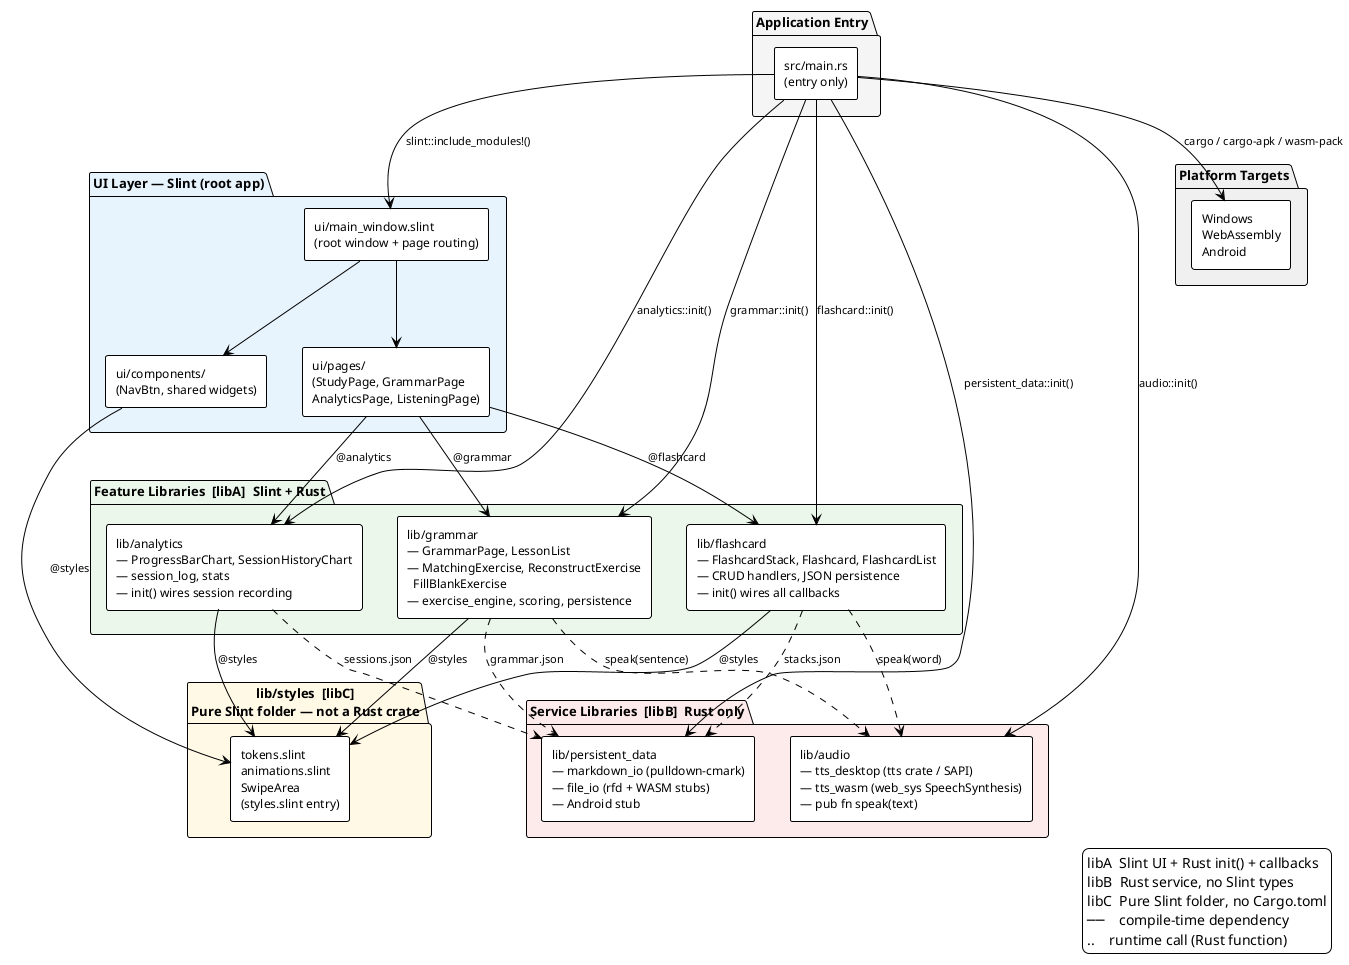
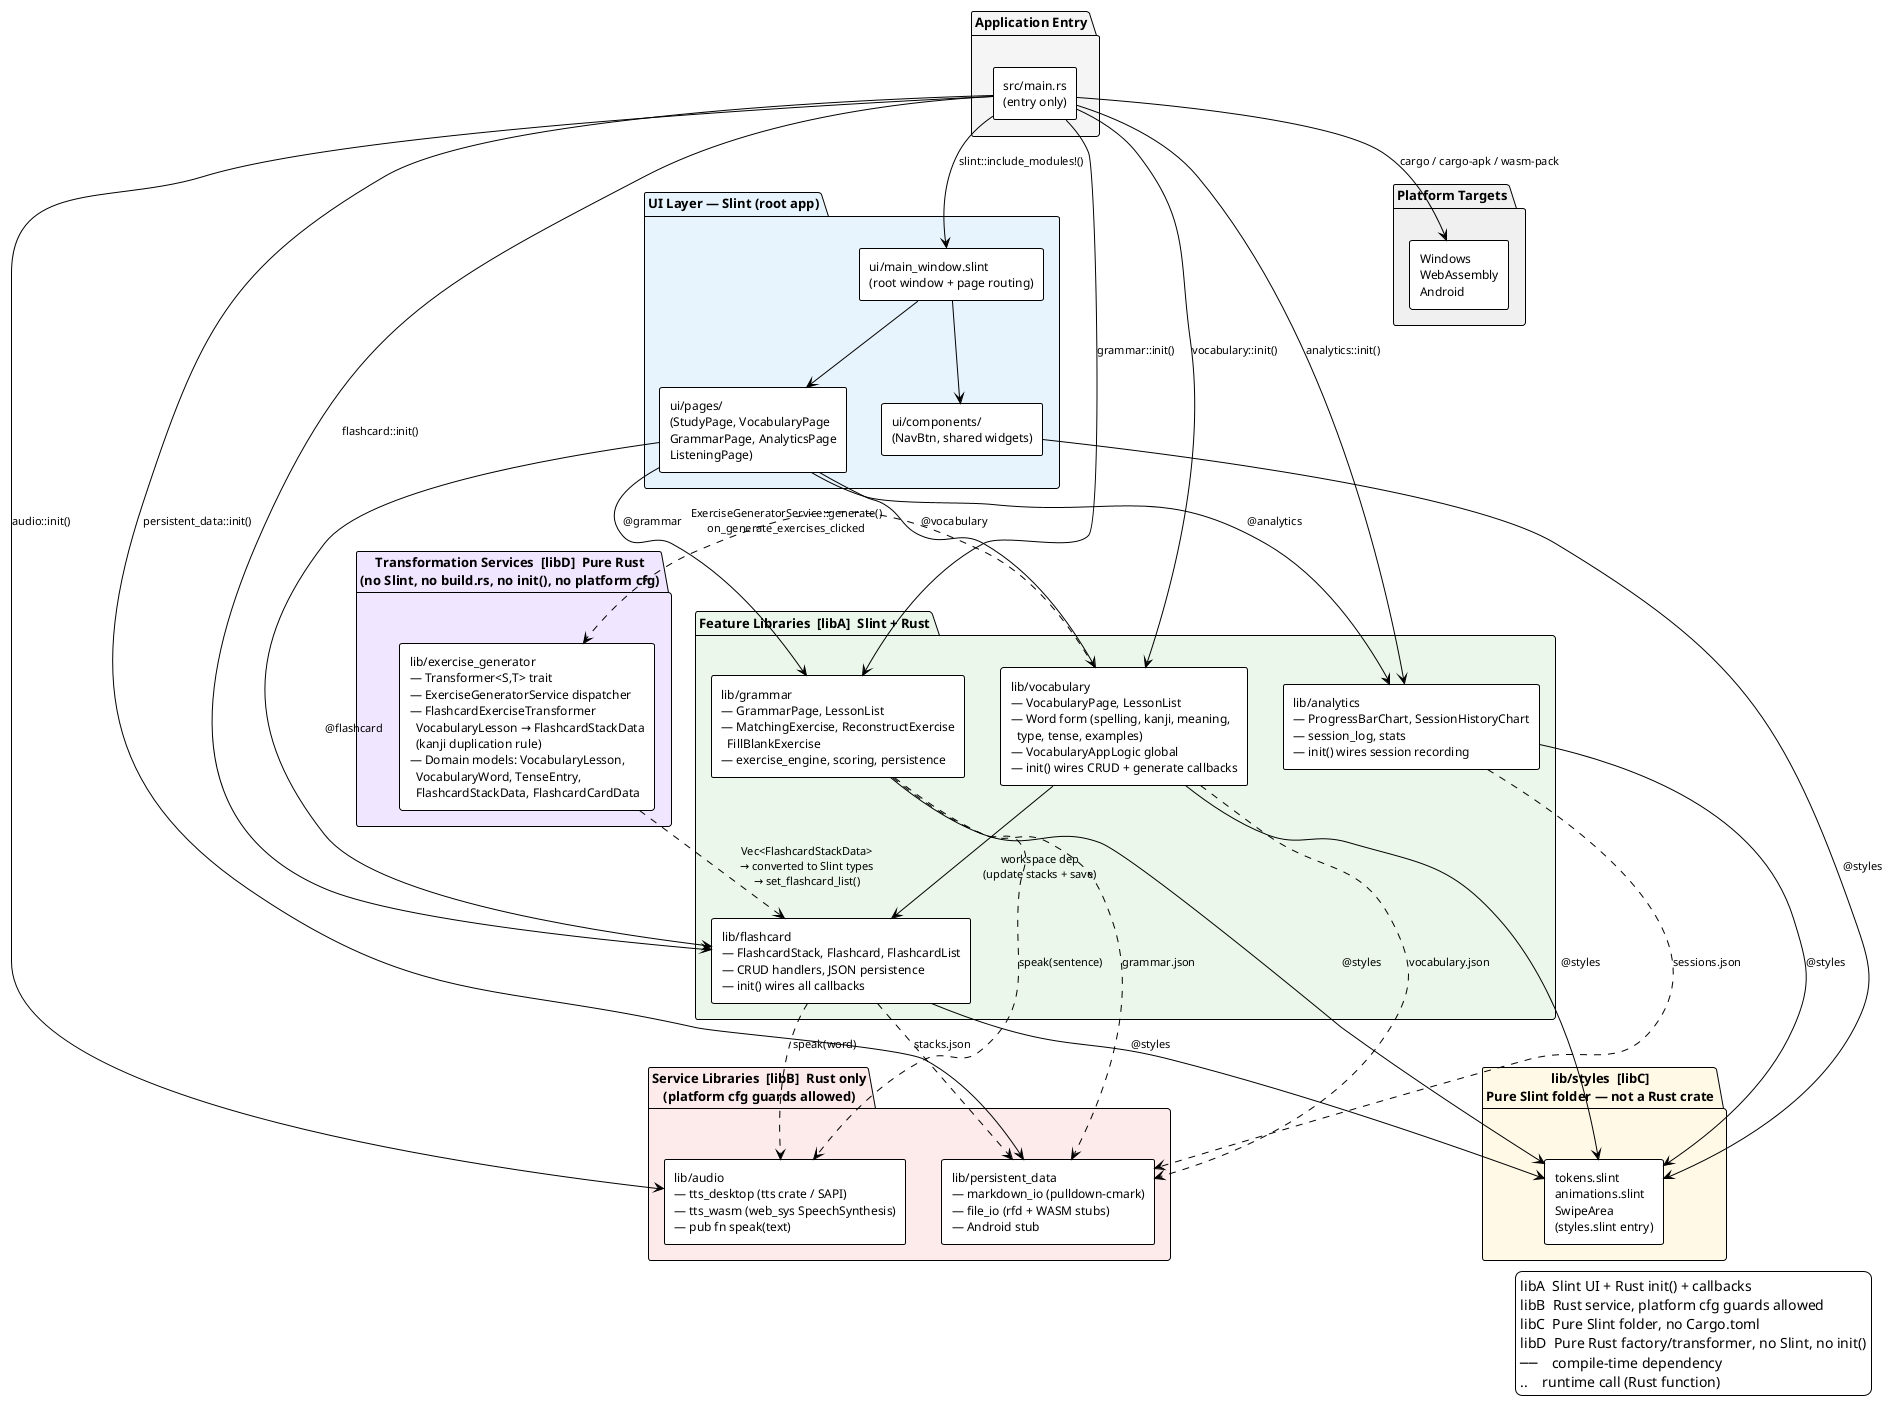
@startuml Japanese Learn — Architecture Overview
!theme plain
skinparam componentStyle rectangle
skinparam defaultFontSize 12
skinparam packageFontSize 13
skinparam arrowFontSize 11

' ─────────────────────────────────────────
' Application entry
' ─────────────────────────────────────────
package "Application Entry" #f5f5f5 {
    component "src/main.rs\n(entry only)" as Main
}

' ─────────────────────────────────────────
' Slint UI layer (root app)
' ─────────────────────────────────────────
package "UI Layer — Slint (root app)" #e8f4fd {
    component "ui/main_window.slint\n(root window + page routing)" as MainWindow
-     component "ui/pages/\n(StudyPage, GrammarPage\nAnalyticsPage, ListeningPage)" as Pages
+     component "ui/pages/\n(StudyPage, VocabularyPage\nGrammarPage, AnalyticsPage\nListeningPage)" as Pages
    component "ui/components/\n(NavBtn, shared widgets)" as UIComponents
}

' ─────────────────────────────────────────
' libC — Pure Slint design folder (no Rust)
' ─────────────────────────────────────────
package "lib/styles  [libC]\nPure Slint folder — not a Rust crate" #fff9e6 {
    component "tokens.slint\nanimations.slint\nSwipeArea\n(styles.slint entry)" as Styles
}

' ─────────────────────────────────────────
' libA — Feature libraries (Slint + Rust)
' ─────────────────────────────────────────
package "Feature Libraries  [libA]  Slint + Rust" #eaf7ea {
    component "lib/flashcard\n— FlashcardStack, Flashcard, FlashcardList\n— CRUD handlers, JSON persistence\n— init() wires all callbacks" as Flashcard
+     component "lib/vocabulary\n— VocabularyPage, LessonList\n— Word form (spelling, kanji, meaning,\n  type, tense, examples)\n— VocabularyAppLogic global\n— init() wires CRUD + generate callbacks" as Vocabulary
    component "lib/grammar\n— GrammarPage, LessonList\n— MatchingExercise, ReconstructExercise\n  FillBlankExercise\n— exercise_engine, scoring, persistence" as Grammar
    component "lib/analytics\n— ProgressBarChart, SessionHistoryChart\n— session_log, stats\n— init() wires session recording" as Analytics
}

' ─────────────────────────────────────────
- ' libB — Service libraries (Rust only)
+ ' libB — Service libraries (Rust only, platform-specific allowed)
' ─────────────────────────────────────────
- package "Service Libraries  [libB]  Rust only" #fdeaea {
+ package "Service Libraries  [libB]  Rust only\n(platform cfg guards allowed)" #fdeaea {
    component "lib/persistent_data\n— markdown_io (pulldown-cmark)\n— file_io (rfd + WASM stubs)\n— Android stub" as PersistData
    component "lib/audio\n— tts_desktop (tts crate / SAPI)\n— tts_wasm (web_sys SpeechSynthesis)\n— pub fn speak(text)" as Audio
+ }
+ 
+ ' ─────────────────────────────────────────
+ ' libD — Data transformation service (pure Rust, no platform deps)
+ ' ─────────────────────────────────────────
+ package "Transformation Services  [libD]  Pure Rust\n(no Slint, no build.rs, no init(), no platform cfg)" #f0e6ff {
+     component "lib/exercise_generator\n— Transformer<S,T> trait\n— ExerciseGeneratorService dispatcher\n— FlashcardExerciseTransformer\n  VocabularyLesson → FlashcardStackData\n  (kanji duplication rule)\n— Domain models: VocabularyLesson,\n  VocabularyWord, TenseEntry,\n  FlashcardStackData, FlashcardCardData" as ExerciseGen
}

' ─────────────────────────────────────────
' Platform targets
' ─────────────────────────────────────────
package "Platform Targets" #f0f0f0 {
    component "Windows\nWebAssembly\nAndroid" as Platforms
}

' ─────────────────────────────────────────
' Relationships
' ─────────────────────────────────────────

' Entry wires everything
Main --> MainWindow      : slint::include_modules!()
Main --> Flashcard       : flashcard::init()
+ Main --> Vocabulary      : vocabulary::init()
Main --> Grammar         : grammar::init()
Main --> Analytics       : analytics::init()
Main --> PersistData     : persistent_data::init()
Main --> Audio           : audio::init()

' UI layer consumes libA Slint components
MainWindow --> Pages
MainWindow --> UIComponents
- Pages --> Flashcard  : @flashcard
- Pages --> Grammar    : @grammar
- Pages --> Analytics  : @analytics
+ Pages --> Flashcard   : @flashcard
+ Pages --> Vocabulary  : @vocabulary
+ Pages --> Grammar     : @grammar
+ Pages --> Analytics   : @analytics

' All Slint consumers pull from styles (via with_library_paths in each client build.rs)
Flashcard   --> Styles : @styles
+ Vocabulary  --> Styles : @styles
Grammar     --> Styles : @styles
Analytics   --> Styles : @styles
UIComponents --> Styles : @styles

' Service dependencies (Rust calls, not Slint)
Flashcard  ..> PersistData : stacks.json
Grammar    ..> PersistData : grammar.json
Analytics  ..> PersistData : sessions.json
+ Vocabulary ..> PersistData : vocabulary.json
Flashcard  ..> Audio       : speak(word)
Grammar    ..> Audio       : speak(sentence)
+ 
+ ' libA cross-dependency: vocabulary writes generated stacks into flashcard state
+ Vocabulary --> Flashcard   : workspace dep\n(update stacks + save)
+ 
+ ' libD called from libA Rust backend (on-demand, not Slint-wired)
+ Vocabulary ..> ExerciseGen : ExerciseGeneratorService::generate()\non_generate_exercises_clicked
+ 
+ ' libD output flows into libA state (via Slint type conversion in vocabulary's lib.rs)
+ ExerciseGen ..> Flashcard  : Vec<FlashcardStackData>\n→ converted to Slint types\n→ set_flashcard_list()

' Platform
Main --> Platforms : cargo / cargo-apk / wasm-pack

' ─────────────────────────────────────────
' Legend
' ─────────────────────────────────────────
legend right
  libA  Slint UI + Rust init() + callbacks
-   libB  Rust service, no Slint types
+   libB  Rust service, platform cfg guards allowed
  libC  Pure Slint folder, no Cargo.toml
+   libD  Pure Rust factory/transformer, no Slint, no init()
  ──    compile-time dependency
  ..    runtime call (Rust function)
endlegend

@enduml
